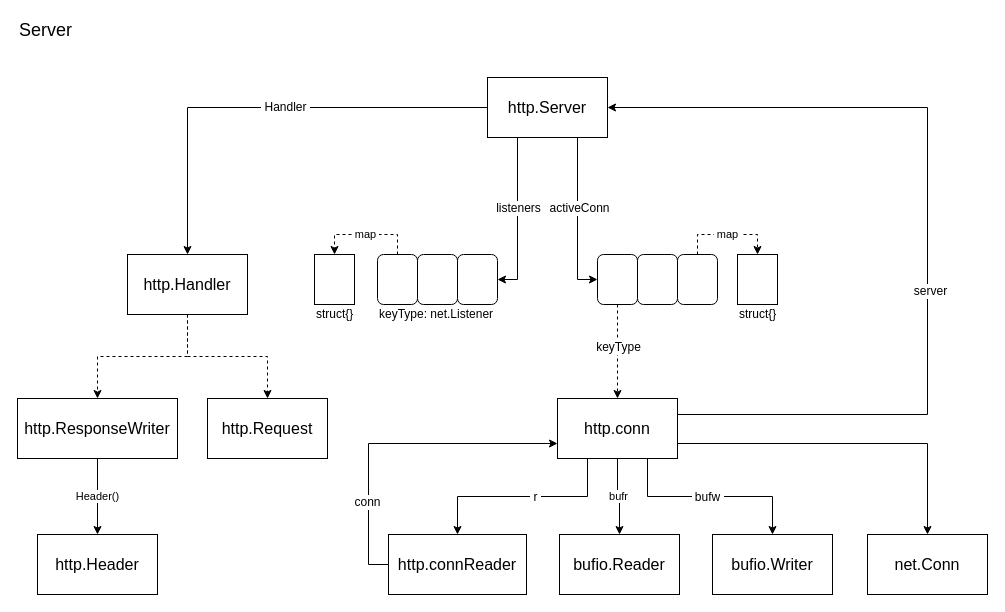
oiar/assets keeps this draw.io diagram as page "Server" (1 of 5) of go-net.drawio. Above is the earlier version. Source tidied: cells renumbered, new cells numbered last; positions are measured from the earlier drawing's top-left corner, leaving out a move shared by most shapes. Both pictures are drawn from the tidied source at 100%, with x=0, y=0 at pixel (17, 17).
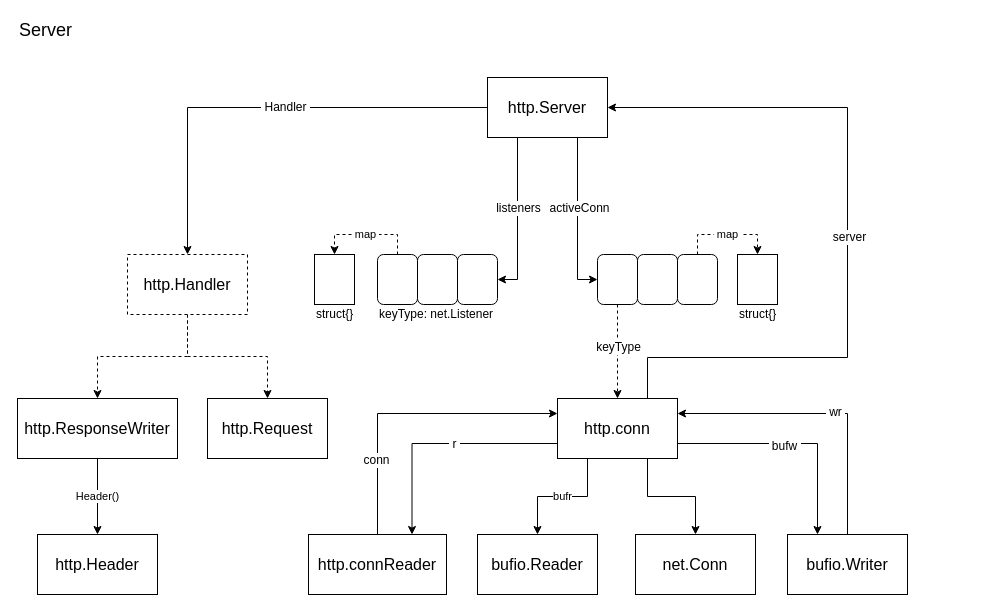
The same page after the edit.

Unchanged cells that the change refers to:
```xml
<mxCell id="16" value="&lt;font style=&quot;font-size: 16px&quot;&gt;http.Server&lt;/font&gt;" style="rounded=0;whiteSpace=wrap;html=1;" parent="1" vertex="1">
  <mxGeometry x="470" y="60" width="120" height="60" as="geometry" />
</mxCell>
<mxCell id="40" value="&lt;font style=&quot;font-size: 16px&quot;&gt;http.conn&lt;/font&gt;" style="rounded=0;whiteSpace=wrap;html=1;" parent="1" vertex="1">
  <mxGeometry x="540" y="381" width="120" height="60" as="geometry" />
</mxCell>
```

The edit, as a diff of the source:
```diff
@@
-    <mxCell id="4" value="&lt;font style=&quot;font-size: 16px&quot;&gt;http.Handler&lt;/font&gt;" style="rounded=0;whiteSpace=wrap;html=1;" parent="1" vertex="1">
+    <mxCell id="4" value="&lt;font style=&quot;font-size: 16px&quot;&gt;http.Handler&lt;/font&gt;" style="rounded=0;whiteSpace=wrap;html=1;dashed=1;" parent="1" vertex="1">
       <mxGeometry x="110" y="237" width="120" height="60" as="geometry" />
     </mxCell>
@@
+    <mxCell id="34" style="edgeStyle=orthogonalEdgeStyle;rounded=0;jettySize=auto;html=1;exitX=0;exitY=0.75;exitDx=0;exitDy=0;entryX=0.75;entryY=0;entryDx=0;entryDy=0;" parent="1" edge="1" source="40" target="45">
+      <mxGeometry relative="1" as="geometry" />
+    </mxCell>
+    <mxCell id="35" value="&amp;nbsp;r&amp;nbsp;" style="text;html=1;align=center;verticalAlign=middle;labelBackgroundColor=#ffffff;" parent="34" vertex="1">
+      <mxGeometry x="-0.12" relative="1" as="geometry" />
+    </mxCell>
+    <mxCell id="38" value="bufr" style="edgeStyle=orthogonalEdgeStyle;rounded=0;jettySize=auto;html=1;exitX=0.25;exitY=1;exitDx=0;exitDy=0;entryX=0.5;entryY=0;entryDx=0;entryDy=0;" parent="1" edge="1" source="40" target="41">
+      <mxGeometry relative="1" as="geometry" />
+    </mxCell>
+    <mxCell id="39" style="edgeStyle=orthogonalEdgeStyle;rounded=0;jettySize=auto;html=1;entryX=0.5;entryY=0;entryDx=0;entryDy=0;exitX=0.75;exitY=1;exitDx=0;exitDy=0;" parent="1" edge="1" source="40" target="42">
+      <mxGeometry relative="1" as="geometry" />
+    </mxCell>
+    <mxCell id="36" style="edgeStyle=orthogonalEdgeStyle;rounded=0;jettySize=auto;html=1;exitX=1;exitY=0.75;exitDx=0;exitDy=0;entryX=0.25;entryY=0;entryDx=0;entryDy=0;" parent="1" edge="1" source="40" target="46">
+      <mxGeometry relative="1" as="geometry" />
+    </mxCell>
+    <mxCell id="37" value="&amp;nbsp;bufw&amp;nbsp;" style="text;html=1;align=center;verticalAlign=middle;labelBackgroundColor=#ffffff;" parent="36" vertex="1">
+      <mxGeometry x="-0.08" y="-2" relative="1" as="geometry" />
+    </mxCell>
+    <mxCell id="47" style="edgeStyle=orthogonalEdgeStyle;rounded=0;jettySize=auto;html=1;exitX=0.5;exitY=0;exitDx=0;exitDy=0;entryX=1;entryY=0.25;entryDx=0;entryDy=0;" parent="1" edge="1" source="46" target="40">
+      <mxGeometry relative="1" as="geometry" />
+    </mxCell>
+    <mxCell id="48" value="&amp;nbsp;wr&amp;nbsp;" style="text;html=1;align=center;verticalAlign=middle;labelBackgroundColor=#ffffff;" parent="47" vertex="1">
+      <mxGeometry x="-0.08" y="-2" relative="1" as="geometry" />
+    </mxCell>
-    <mxCell id="32" style="edgeStyle=orthogonalEdgeStyle;rounded=0;jettySize=auto;html=1;exitX=1;exitY=0.5;exitDx=0;exitDy=0;entryX=1;entryY=0.5;entryDx=0;entryDy=0;" parent="1" edge="1" source="40" target="16">
+    <mxCell id="32" style="edgeStyle=orthogonalEdgeStyle;rounded=0;jettySize=auto;html=1;exitX=0.75;exitY=0;exitDx=0;exitDy=0;entryX=1;entryY=0.5;entryDx=0;entryDy=0;" parent="1" edge="1" source="40" target="16">
       <mxGeometry relative="1" as="geometry">
         <Array as="points">
-          <mxPoint x="660" y="397" />
-          <mxPoint x="910" y="397" />
-          <mxPoint x="910" y="90" />
+          <mxPoint x="630" y="340" />
+          <mxPoint x="830" y="340" />
+          <mxPoint x="830" y="90" />
         </Array>
       </mxGeometry>
     </mxCell>
     <mxCell id="33" value="server" style="text;html=1;align=center;verticalAlign=middle;labelBackgroundColor=#ffffff;" parent="32" vertex="1">
-      <mxGeometry x="-0.13" y="-2" relative="1" as="geometry" />
+      <mxGeometry x="-0.01" y="-1" relative="1" as="geometry" />
     </mxCell>
-    <mxCell id="34" style="edgeStyle=orthogonalEdgeStyle;rounded=0;jettySize=auto;html=1;exitX=0.25;exitY=1;exitDx=0;exitDy=0;" parent="1" edge="1" source="40" target="45">
-      <mxGeometry relative="1" as="geometry" />
-    </mxCell>
-    <mxCell id="35" value="&amp;nbsp;r&amp;nbsp;" style="text;html=1;align=center;verticalAlign=middle;labelBackgroundColor=#ffffff;" parent="34" vertex="1">
-      <mxGeometry x="-0.12" relative="1" as="geometry" />
-    </mxCell>
-    <mxCell id="36" style="edgeStyle=orthogonalEdgeStyle;rounded=0;jettySize=auto;html=1;exitX=0.75;exitY=1;exitDx=0;exitDy=0;" parent="1" edge="1" source="40" target="46">
-      <mxGeometry relative="1" as="geometry" />
-    </mxCell>
-    <mxCell id="37" value="&amp;nbsp;bufw&amp;nbsp;" style="text;html=1;align=center;verticalAlign=middle;labelBackgroundColor=#ffffff;" parent="36" vertex="1">
-      <mxGeometry x="-0.03" relative="1" as="geometry" />
-    </mxCell>
-    <mxCell id="38" value="bufr" style="edgeStyle=orthogonalEdgeStyle;rounded=0;jettySize=auto;html=1;" parent="1" edge="1" source="40" target="41">
-      <mxGeometry relative="1" as="geometry" />
-    </mxCell>
-    <mxCell id="39" style="edgeStyle=orthogonalEdgeStyle;rounded=0;jettySize=auto;html=1;exitX=1;exitY=0.75;exitDx=0;exitDy=0;entryX=0.5;entryY=0;entryDx=0;entryDy=0;" parent="1" edge="1" source="40" target="42">
-      <mxGeometry relative="1" as="geometry" />
-    </mxCell>
@@
     <mxCell id="41" value="&lt;font style=&quot;font-size: 16px&quot;&gt;bufio.Reader&lt;/font&gt;" style="rounded=0;whiteSpace=wrap;html=1;" parent="1" vertex="1">
-      <mxGeometry x="542" y="517" width="120" height="60" as="geometry" />
+      <mxGeometry x="460" y="517" width="120" height="60" as="geometry" />
     </mxCell>
     <mxCell id="42" value="&lt;font style=&quot;font-size: 16px&quot;&gt;net.Conn&lt;/font&gt;" style="rounded=0;whiteSpace=wrap;html=1;" parent="1" vertex="1">
-      <mxGeometry x="850" y="517" width="120" height="60" as="geometry" />
+      <mxGeometry x="618" y="517" width="120" height="60" as="geometry" />
     </mxCell>
-    <mxCell id="43" style="edgeStyle=orthogonalEdgeStyle;rounded=0;jettySize=auto;html=1;exitX=0;exitY=0.5;exitDx=0;exitDy=0;entryX=0;entryY=0.75;entryDx=0;entryDy=0;" parent="1" edge="1" source="45" target="40">
+    <mxCell id="43" style="edgeStyle=orthogonalEdgeStyle;rounded=0;jettySize=auto;html=1;exitX=0.5;exitY=0;exitDx=0;exitDy=0;entryX=0;entryY=0.25;entryDx=0;entryDy=0;" parent="1" edge="1" source="45" target="40">
       <mxGeometry relative="1" as="geometry" />
     </mxCell>
@@
     <mxCell id="45" value="&lt;font style=&quot;font-size: 16px&quot;&gt;http.connReader&lt;/font&gt;" style="rounded=0;whiteSpace=wrap;html=1;" parent="1" vertex="1">
-      <mxGeometry x="371" y="517" width="138" height="60" as="geometry" />
+      <mxGeometry x="291" y="517" width="138" height="60" as="geometry" />
     </mxCell>
     <mxCell id="46" value="&lt;font style=&quot;font-size: 16px&quot;&gt;bufio.Writer&lt;/font&gt;" style="rounded=0;whiteSpace=wrap;html=1;" parent="1" vertex="1">
-      <mxGeometry x="695" y="517" width="120" height="60" as="geometry" />
+      <mxGeometry x="770" y="517" width="120" height="60" as="geometry" />
     </mxCell>
```
